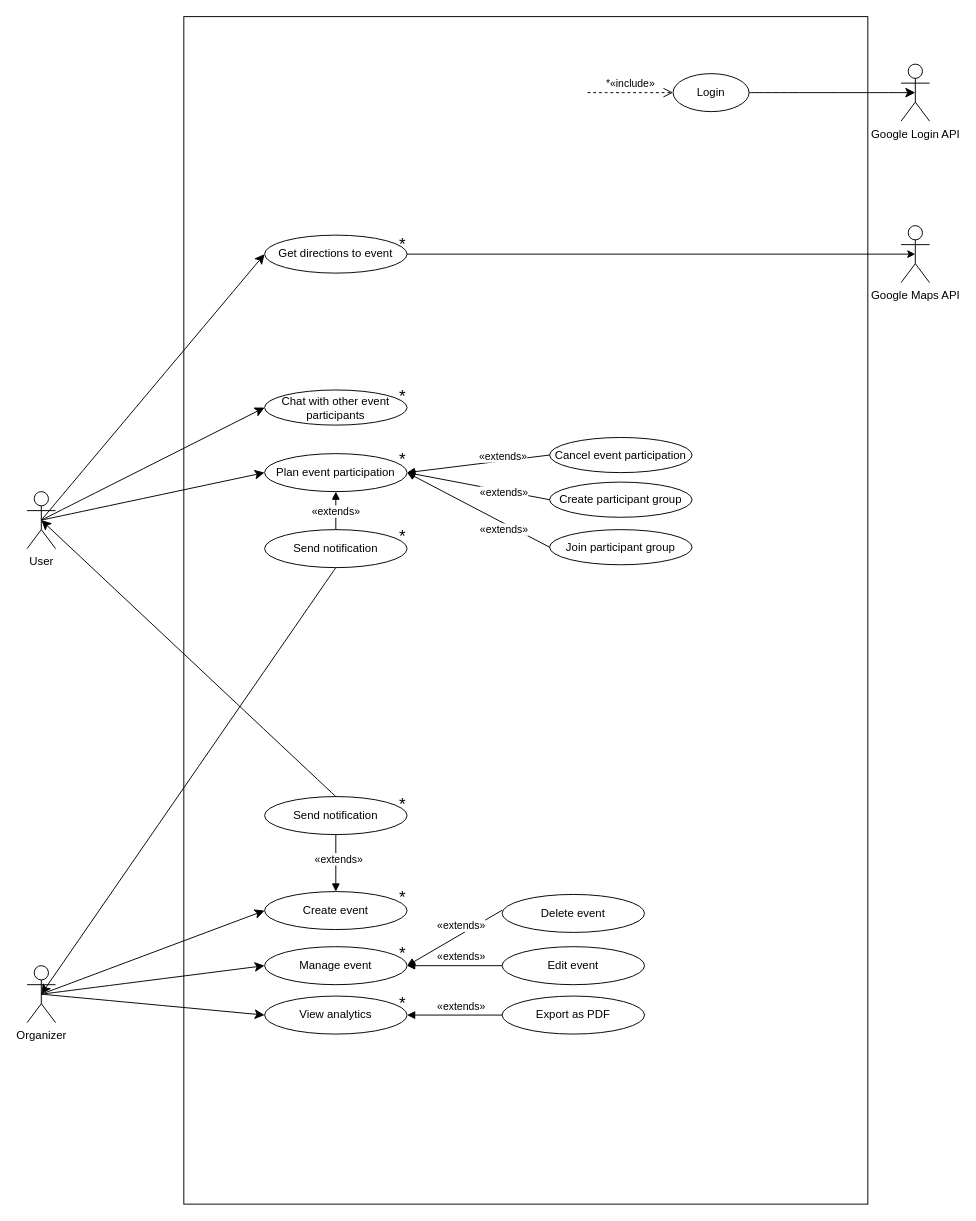
The draw.io diagram deliverables/UC - Use Case diagram/UC - diagram.drawio in Trossi-Oberi/ispwproject-2324, before the edit. Source tidied: cells renumbered, new cells numbered last; positions are measured from the earlier drawing's top-left corner, leaving out a move shared by most shapes. Both pictures are drawn from the tidied source at 95%, with x=0, y=0 at pixel (27, 16).
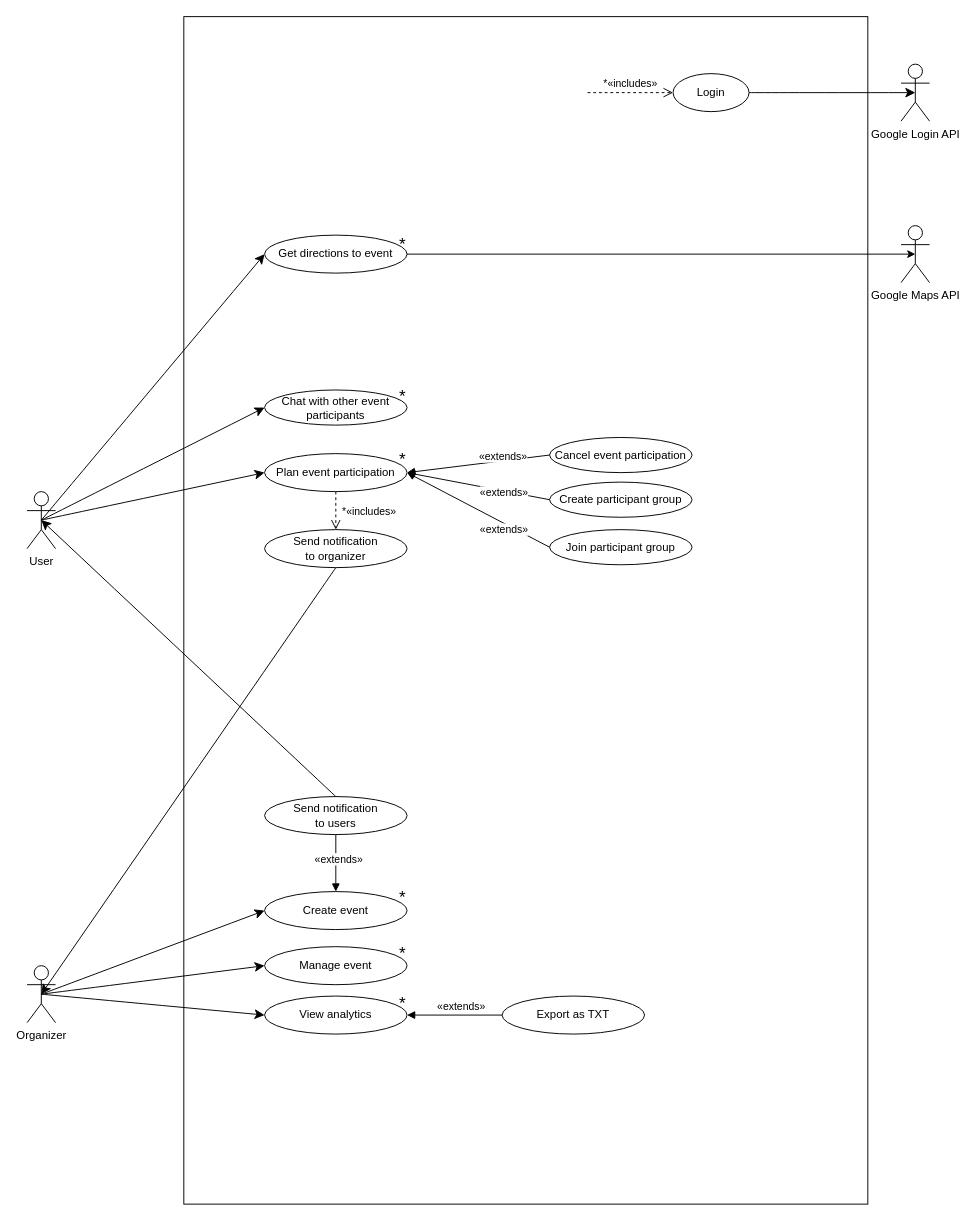
Above is the later version.

The change refers to these unchanged cells:
```xml
<mxCell id="11" value="Plan event participation" style="ellipse;whiteSpace=wrap;html=1;" parent="1" vertex="1">
  <mxGeometry x="250" y="460" width="150" height="40" as="geometry" />
</mxCell>
<mxCell id="20" value="Manage event" style="ellipse;whiteSpace=wrap;html=1;" parent="1" vertex="1">
  <mxGeometry x="250" y="979" width="150" height="40" as="geometry" />
</mxCell>
<mxCell id="31" value="Login" style="ellipse;whiteSpace=wrap;html=1;" parent="1" vertex="1">
  <mxGeometry x="680" y="60" width="80" height="40" as="geometry" />
</mxCell>
```

Diff of the diagram source:
```diff
@@
-    <mxCell id="22" value="Export as PDF" style="ellipse;whiteSpace=wrap;html=1;" parent="1" vertex="1">
+    <mxCell id="22" value="Export as TXT" style="ellipse;whiteSpace=wrap;html=1;" parent="1" vertex="1">
       <mxGeometry x="500" y="1031" width="150" height="40" as="geometry" />
     </mxCell>
@@
-    <mxCell id="25" value="Send notification" style="ellipse;whiteSpace=wrap;html=1;" parent="1" vertex="1">
+    <mxCell id="25" value="Send notification&lt;br&gt;to users" style="ellipse;whiteSpace=wrap;html=1;" parent="1" vertex="1">
       <mxGeometry x="250" y="821" width="150" height="40" as="geometry" />
     </mxCell>
@@
-    <mxCell id="29" value="*«include»" style="html=1;verticalAlign=bottom;endArrow=open;dashed=1;endSize=8;curved=0;rounded=0;entryX=0;entryY=0.5;entryDx=0;entryDy=0;" parent="1" edge="1" target="31">
+    <mxCell id="29" value="*«includes»" style="html=1;verticalAlign=bottom;endArrow=open;dashed=1;endSize=8;curved=0;rounded=0;entryX=0;entryY=0.5;entryDx=0;entryDy=0;" parent="1" edge="1" target="31">
       <mxGeometry relative="1" as="geometry">
         <mxPoint x="590" y="80" as="sourcePoint" />
       </mxGeometry>
     </mxCell>
@@
-    <mxCell id="38" value="Send notification" style="ellipse;whiteSpace=wrap;html=1;" parent="1" vertex="1">
+    <mxCell id="38" value="Send notification&lt;br&gt;to organizer" style="ellipse;whiteSpace=wrap;html=1;" parent="1" vertex="1">
       <mxGeometry x="250" y="540" width="150" height="40" as="geometry" />
     </mxCell>
-    <mxCell id="39" value="«extends»" style="html=1;verticalAlign=bottom;endArrow=block;curved=0;rounded=0;exitX=0.5;exitY=0;exitDx=0;exitDy=0;entryX=0.5;entryY=1;entryDx=0;entryDy=0;" parent="1" edge="1" source="38" target="11">
-      <mxGeometry x="-0.5" relative="1" as="geometry" />
-    </mxCell>
@@
-    <mxCell id="45" value="&lt;font style=&quot;font-size: 18px;&quot;&gt;*&lt;/font&gt;" style="text;html=1;align=center;verticalAlign=middle;strokeColor=none;fillColor=none;" parent="1" vertex="1">
-      <mxGeometry x="380" y="527" width="30" height="40" as="geometry" />
-    </mxCell>
-    <mxCell id="46" value="Edit event" style="ellipse;whiteSpace=wrap;html=1;" parent="1" vertex="1">
-      <mxGeometry x="500" y="979" width="150" height="40" as="geometry" />
-    </mxCell>
-    <mxCell id="47" value="Delete event" style="ellipse;whiteSpace=wrap;html=1;" parent="1" vertex="1">
-      <mxGeometry x="500" y="924" width="150" height="40" as="geometry" />
-    </mxCell>
-    <mxCell id="48" value="«extends»" style="html=1;verticalAlign=bottom;endArrow=block;curved=0;rounded=0;exitX=0;exitY=0.5;exitDx=0;exitDy=0;entryX=1;entryY=0.5;entryDx=0;entryDy=0;" parent="1" edge="1" target="20">
-      <mxGeometry x="-0.14" relative="1" as="geometry">
-        <mxPoint x="500" y="940.7" as="sourcePoint" />
-      </mxGeometry>
-    </mxCell>
-    <mxCell id="49" value="«extends»" style="html=1;verticalAlign=bottom;endArrow=block;curved=0;rounded=0;exitX=0;exitY=0.5;exitDx=0;exitDy=0;" parent="1" edge="1">
-      <mxGeometry x="-0.14" relative="1" as="geometry">
-        <mxPoint x="500" y="999" as="sourcePoint" />
-        <mxPoint x="400" y="999" as="targetPoint" />
-      </mxGeometry>
-    </mxCell>
-    <mxCell id="50" value="&lt;font style=&quot;font-size: 18px;&quot;&gt;*&lt;/font&gt;" style="text;html=1;align=center;verticalAlign=middle;strokeColor=none;fillColor=none;" parent="1" vertex="1">
-      <mxGeometry x="380" y="810" width="30" height="40" as="geometry" />
-    </mxCell>
+    <mxCell id="51" value="*«includes»" style="html=1;verticalAlign=bottom;endArrow=open;dashed=1;endSize=8;curved=0;rounded=0;entryX=0.5;entryY=0;entryDx=0;entryDy=0;exitX=0.5;exitY=1;exitDx=0;exitDy=0;" parent="1" edge="1" source="11" target="38">
+      <mxGeometry x="0.5" y="35" relative="1" as="geometry" />
+    </mxCell>
```
